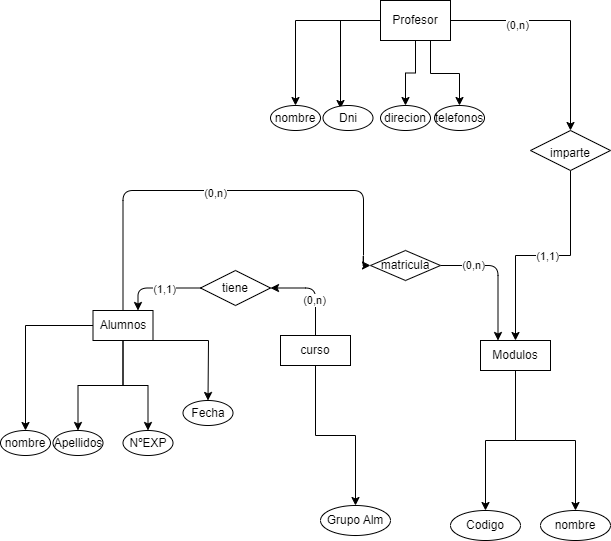
This is Ejercicios/images/diagrama_BAE_E2.drawio.png from adogonz23/BAE, a draw.io export, as it was before one commit. Source tidied: cells renumbered, new cells last; positions are measured from the earlier drawing's top-left corner, leaving out a move shared by most shapes.
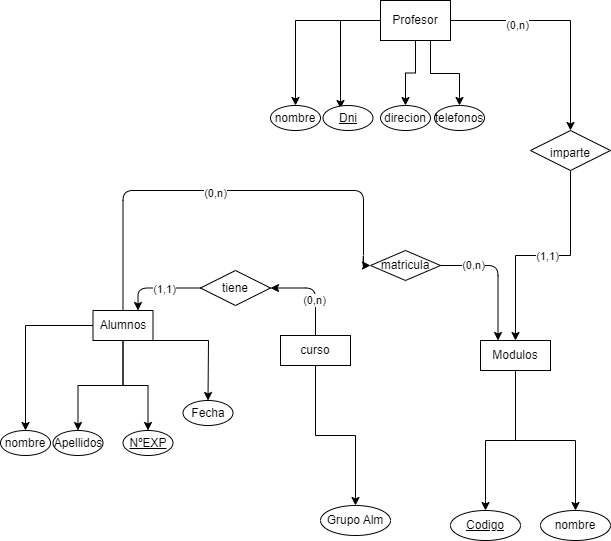
The same file after the commit.

What changed in the source:
```diff
@@ -30,7 +30,7 @@
         </Array>
       </mxGeometry>
     </mxCell>
-    <mxCell id="10" value="NºEXP" style="ellipse;whiteSpace=wrap;html=1;labelBackgroundColor=none;rounded=0;" parent="2" vertex="1">
+    <mxCell id="10" value="&lt;u&gt;NºEXP&lt;/u&gt;" style="ellipse;whiteSpace=wrap;html=1;labelBackgroundColor=none;rounded=0;" parent="2" vertex="1">
       <mxGeometry x="122.5" y="110" width="50" height="25" as="geometry" />
     </mxCell>
     <mxCell id="11" style="edgeStyle=orthogonalEdgeStyle;rounded=0;jettySize=auto;html=1;entryX=0.5;entryY=0;entryDx=0;entryDy=0;labelBackgroundColor=none;fontColor=default;" parent="2" edge="1" source="5" target="10">
@@ -48,7 +48,7 @@
     <mxCell id="15" value="Modulos" style="rounded=0;whiteSpace=wrap;html=1;labelBackgroundColor=none;" parent="14" vertex="1">
       <mxGeometry x="30" width="70" height="30" as="geometry" />
     </mxCell>
-    <mxCell id="16" value="Codigo" style="ellipse;whiteSpace=wrap;html=1;labelBackgroundColor=none;rounded=0;" parent="14" vertex="1">
+    <mxCell id="16" value="&lt;u&gt;Codigo&lt;/u&gt;" style="ellipse;whiteSpace=wrap;html=1;labelBackgroundColor=none;rounded=0;" parent="14" vertex="1">
       <mxGeometry y="170" width="70" height="30" as="geometry" />
     </mxCell>
     <mxCell id="17" style="edgeStyle=orthogonalEdgeStyle;rounded=0;jettySize=auto;html=1;labelBackgroundColor=none;fontColor=default;" parent="14" edge="1" source="15" target="16">
@@ -98,7 +98,7 @@
     <mxCell id="30" value="nombre" style="ellipse;whiteSpace=wrap;html=1;labelBackgroundColor=none;rounded=0;" parent="1" vertex="1">
       <mxGeometry x="270" y="105" width="50" height="25" as="geometry" />
     </mxCell>
-    <mxCell id="31" value="Dni" style="ellipse;whiteSpace=wrap;html=1;labelBackgroundColor=none;rounded=0;" parent="1" vertex="1">
+    <mxCell id="31" value="&lt;u&gt;Dni&lt;/u&gt;" style="ellipse;whiteSpace=wrap;html=1;labelBackgroundColor=none;rounded=0;" parent="1" vertex="1">
       <mxGeometry x="322.5" y="105" width="50" height="25" as="geometry" />
     </mxCell>
     <mxCell id="32" value="telefonos" style="ellipse;whiteSpace=wrap;html=1;labelBackgroundColor=none;rounded=0;" parent="1" vertex="1">
```
